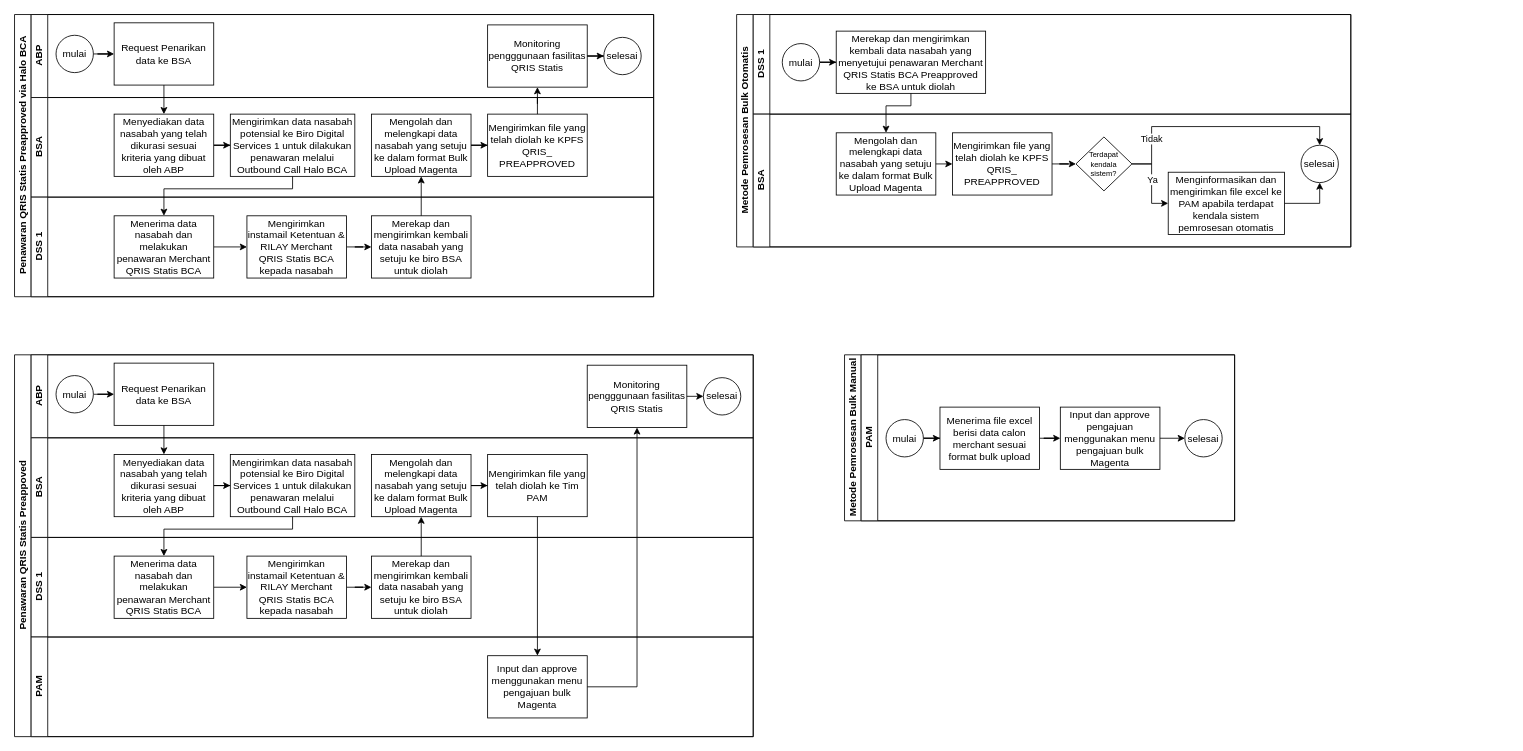
Above: memo pilot bulk.drawio in nicolenatsh/Nicole (draw.io), before the change. Source tidied: cells renumbered, new cells numbered last; positions are measured from the earlier drawing's top-left corner, leaving out a move shared by most shapes. Both pictures are drawn from the tidied source at 83%, with x=0, y=0 at pixel (14, 14).
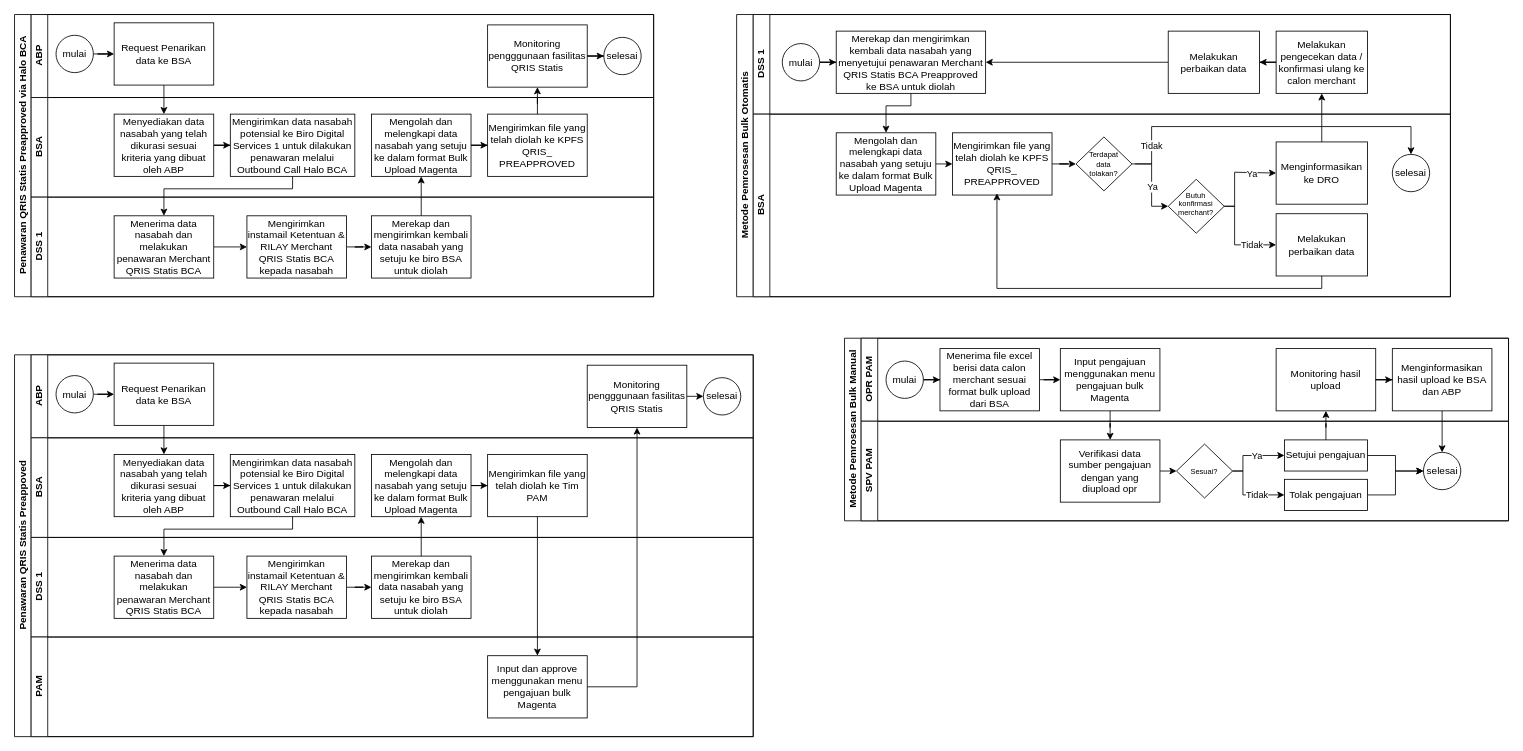
After the change.

Unchanged cells that the change refers to:
```xml
<mxCell id="59" value="Merekap dan mengirimkan kembali data nasabah yang menyetujui penawaran Merchant QRIS Statis BCA Preapproved ke BSA untuk diolah" style="rounded=0;whiteSpace=wrap;html=1;" parent="56" vertex="1">
  <mxGeometry x="100" y="20" width="180" height="75" as="geometry" />
</mxCell>
<mxCell id="64" value="Mengirimkan file yang telah diolah ke KPFS QRIS_ PREAPPROVED" style="rounded=0;whiteSpace=wrap;html=1;" parent="61" vertex="1">
  <mxGeometry x="240" y="22.5" width="120" height="75" as="geometry" />
</mxCell>
<mxCell id="71" style="rhombus;whiteSpace=wrap;html=1;" parent="61" vertex="1">
  <mxGeometry x="388.8" y="27.5" width="67.5" height="65" as="geometry" />
</mxCell>
```

The edit, as a diff of the source:
```diff
@@
     <mxCell id="55" value="Metode Pemrosesan Bulk Otomatis" style="swimlane;horizontal=0;startSize=20;html=1;" parent="1" vertex="1">
-      <mxGeometry x="870" width="740" height="280" as="geometry" />
+      <mxGeometry x="870" width="860" height="340" as="geometry" />
     </mxCell>
     <mxCell id="56" value="DSS 1" style="swimlane;startSize=20;horizontal=0;html=1;" parent="55" vertex="1">
-      <mxGeometry x="20" width="720" height="120" as="geometry" />
+      <mxGeometry x="20" width="840" height="120" as="geometry" />
     </mxCell>
@@
+    <mxCell id="86" style="edgeStyle=orthogonalEdgeStyle;rounded=0;jettySize=auto;html=1;entryX=1;entryY=0.5;entryDx=0;entryDy=0;" parent="56" edge="1" source="87" target="89">
+      <mxGeometry relative="1" as="geometry" />
+    </mxCell>
+    <mxCell id="87" value="Melakukan pengecekan data / konfirmasi ulang ke calon merchant" style="rounded=0;whiteSpace=wrap;html=1;" parent="56" vertex="1">
+      <mxGeometry x="630" y="20" width="110" height="75" as="geometry" />
+    </mxCell>
+    <mxCell id="88" style="edgeStyle=orthogonalEdgeStyle;rounded=0;jettySize=auto;html=1;entryX=1;entryY=0.5;entryDx=0;entryDy=0;" parent="56" edge="1" source="89" target="59">
+      <mxGeometry relative="1" as="geometry" />
+    </mxCell>
+    <mxCell id="89" value="Melakukan perbaikan data" style="rounded=0;whiteSpace=wrap;html=1;" parent="56" vertex="1">
+      <mxGeometry x="500" y="20" width="110" height="75" as="geometry" />
+    </mxCell>
@@
     <mxCell id="61" value="BSA" style="swimlane;startSize=20;horizontal=0;html=1;" parent="55" vertex="1">
-      <mxGeometry x="20" y="120" width="720" height="160" as="geometry" />
+      <mxGeometry x="20" y="120" width="840" height="220" as="geometry" />
     </mxCell>
@@
     <mxCell id="66" value="selesai" style="ellipse;whiteSpace=wrap;html=1;" parent="61" vertex="1">
-      <mxGeometry x="660" y="37.5" width="45" height="45" as="geometry" />
+      <mxGeometry x="770" y="48.5" width="45" height="45" as="geometry" />
     </mxCell>
-    <mxCell id="67" style="edgeStyle=orthogonalEdgeStyle;rounded=0;jettySize=auto;html=1;entryX=0;entryY=0.5;entryDx=0;entryDy=0;" parent="61" edge="1" source="71" target="74">
-      <mxGeometry relative="1" as="geometry">
-        <Array as="points">
-          <mxPoint x="480" y="60" />
-          <mxPoint x="480" y="108" />
-        </Array>
-      </mxGeometry>
-    </mxCell>
-    <mxCell id="68" value="Ya" style="edgeLabel;html=1;align=center;verticalAlign=middle;" parent="67" vertex="1">
-      <mxGeometry x="-0.47" y="-1" relative="1" as="geometry">
-        <mxPoint x="1" y="18" as="offset" />
-      </mxGeometry>
-    </mxCell>
     <mxCell id="69" style="edgeStyle=orthogonalEdgeStyle;rounded=0;jettySize=auto;html=1;entryX=0.5;entryY=0;entryDx=0;entryDy=0;" parent="61" edge="1" source="71" target="66">
       <mxGeometry relative="1" as="geometry">
         <Array as="points">
           <mxPoint x="480" y="60" />
           <mxPoint x="480" y="15" />
-          <mxPoint x="683" y="15" />
+          <mxPoint x="793" y="15" />
+          <mxPoint x="793" y="49" />
         </Array>
       </mxGeometry>
     </mxCell>
     <mxCell id="70" value="Tidak" style="edgeLabel;html=1;align=center;verticalAlign=middle;" parent="69" vertex="1">
       <mxGeometry x="-0.7" y="1" relative="1" as="geometry">
-        <mxPoint y="-10" as="offset" />
+        <mxPoint y="16" as="offset" />
       </mxGeometry>
     </mxCell>
@@
-    <mxCell id="73" style="edgeStyle=orthogonalEdgeStyle;rounded=0;jettySize=auto;html=1;entryX=0.5;entryY=1;entryDx=0;entryDy=0;" parent="61" edge="1" source="74" target="66">
-      <mxGeometry relative="1" as="geometry" />
-    </mxCell>
-    <mxCell id="74" value="Menginformasikan dan mengirimkan file excel ke PAM apabila terdapat kendala sistem pemrosesan otomatis" style="rounded=0;whiteSpace=wrap;html=1;" parent="61" vertex="1">
-      <mxGeometry x="500" y="70" width="140" height="75" as="geometry" />
-    </mxCell>
+    <mxCell id="90" style="edgeStyle=orthogonalEdgeStyle;rounded=0;jettySize=auto;html=1;entryX=0;entryY=0.5;entryDx=0;entryDy=0;" parent="61" edge="1" target="93">
+      <mxGeometry relative="1" as="geometry">
+        <mxPoint x="460" y="60" as="sourcePoint" />
+        <Array as="points">
+          <mxPoint x="480" y="60" />
+          <mxPoint x="480" y="111" />
+        </Array>
+      </mxGeometry>
+    </mxCell>
+    <mxCell id="91" value="Ya" style="edgeLabel;html=1;align=center;verticalAlign=middle;" parent="90" vertex="1">
+      <mxGeometry x="-0.16" relative="1" as="geometry">
+        <mxPoint y="9" as="offset" />
+      </mxGeometry>
+    </mxCell>
-    <mxCell id="75" value="&lt;font style=&quot;line-height: 40%; font-size: 9px;&quot;&gt;kendala&lt;/font&gt;" style="text;html=1;align=center;verticalAlign=middle;whiteSpace=wrap;rounded=0;strokeWidth=2;" parent="61" vertex="1">
+    <mxCell id="75" value="&lt;font style=&quot;line-height: 40%; font-size: 9px;&quot;&gt;data&lt;/font&gt;" style="text;html=1;align=center;verticalAlign=middle;whiteSpace=wrap;rounded=0;strokeWidth=2;" parent="61" vertex="1">
       <mxGeometry x="400" y="52.5" width="45" height="15" as="geometry" />
     </mxCell>
-    <mxCell id="76" value="&lt;font style=&quot;line-height: 40%; font-size: 9px;&quot;&gt;sistem?&lt;/font&gt;" style="text;html=1;align=center;verticalAlign=middle;whiteSpace=wrap;rounded=0;strokeWidth=2;" parent="61" vertex="1">
+    <mxCell id="76" value="&lt;font style=&quot;line-height: 40%; font-size: 9px;&quot;&gt;tolakan?&lt;/font&gt;" style="text;html=1;align=center;verticalAlign=middle;whiteSpace=wrap;rounded=0;strokeWidth=2;" parent="61" vertex="1">
       <mxGeometry x="400" y="63.5" width="45" height="15" as="geometry" />
     </mxCell>
+    <mxCell id="92" style="group;" parent="61" vertex="1">
+      <mxGeometry x="500" y="78.5" width="67.5" height="65" as="geometry" />
+    </mxCell>
+    <mxCell id="93" style="rhombus;whiteSpace=wrap;html=1;" parent="92" vertex="1">
+      <mxGeometry width="67.5" height="65" as="geometry" />
+    </mxCell>
+    <mxCell id="94" value="&lt;font style=&quot;line-height: 40%; font-size: 9px;&quot;&gt;Butuh&lt;/font&gt;" style="text;html=1;align=center;verticalAlign=middle;whiteSpace=wrap;rounded=0;strokeWidth=2;" parent="92" vertex="1">
+      <mxGeometry x="11.2" y="13.5" width="45" height="10" as="geometry" />
+    </mxCell>
+    <mxCell id="95" value="&lt;font style=&quot;line-height: 40%; font-size: 9px;&quot;&gt;konfirmasi&lt;/font&gt;" style="text;html=1;align=center;verticalAlign=middle;whiteSpace=wrap;rounded=0;strokeWidth=2;" parent="92" vertex="1">
+      <mxGeometry x="11.2" y="21" width="45" height="15" as="geometry" />
+    </mxCell>
+    <mxCell id="96" value="&lt;font style=&quot;line-height: 40%; font-size: 9px;&quot;&gt;merchant?&lt;/font&gt;" style="text;html=1;align=center;verticalAlign=middle;whiteSpace=wrap;rounded=0;strokeWidth=2;" parent="92" vertex="1">
+      <mxGeometry x="11.2" y="32" width="45" height="15" as="geometry" />
+    </mxCell>
+    <mxCell id="97" value="Menginformasikan ke DRO" style="rounded=0;whiteSpace=wrap;html=1;" parent="61" vertex="1">
+      <mxGeometry x="630" y="33.5" width="110" height="75" as="geometry" />
+    </mxCell>
+    <mxCell id="98" style="edgeStyle=orthogonalEdgeStyle;rounded=0;jettySize=auto;html=1;entryX=0;entryY=0.5;entryDx=0;entryDy=0;" parent="61" edge="1" source="93" target="97">
+      <mxGeometry relative="1" as="geometry">
+        <Array as="points">
+          <mxPoint x="580" y="111" />
+          <mxPoint x="580" y="70" />
+          <mxPoint x="630" y="70" />
+        </Array>
+      </mxGeometry>
+    </mxCell>
+    <mxCell id="99" value="Ya" style="edgeLabel;html=1;align=center;verticalAlign=middle;" parent="98" vertex="1">
+      <mxGeometry x="0.17" y="-1" relative="1" as="geometry">
+        <mxPoint x="13" as="offset" />
+      </mxGeometry>
+    </mxCell>
+    <mxCell id="100" value="Melakukan perbaikan data" style="rounded=0;whiteSpace=wrap;html=1;" parent="61" vertex="1">
+      <mxGeometry x="630" y="120" width="110" height="75" as="geometry" />
+    </mxCell>
+    <mxCell id="101" style="edgeStyle=orthogonalEdgeStyle;rounded=0;jettySize=auto;html=1;entryX=0;entryY=0.5;entryDx=0;entryDy=0;" parent="61" edge="1" source="93" target="100">
+      <mxGeometry relative="1" as="geometry">
+        <Array as="points">
+          <mxPoint x="580" y="111" />
+          <mxPoint x="580" y="157" />
+        </Array>
+      </mxGeometry>
+    </mxCell>
+    <mxCell id="102" value="Tidak" style="edgeLabel;html=1;align=center;verticalAlign=middle;" parent="101" vertex="1">
+      <mxGeometry x="0.33" relative="1" as="geometry">
+        <mxPoint x="7" as="offset" />
+      </mxGeometry>
+    </mxCell>
+    <mxCell id="103" style="edgeStyle=orthogonalEdgeStyle;rounded=0;jettySize=auto;html=1;entryX=0.447;entryY=0.971;entryDx=0;entryDy=0;entryPerimeter=0;exitX=0.5;exitY=1;exitDx=0;exitDy=0;" parent="61" edge="1" source="100" target="64">
+      <mxGeometry relative="1" as="geometry">
+        <Array as="points">
+          <mxPoint x="685" y="210" />
+          <mxPoint x="294" y="210" />
+        </Array>
+      </mxGeometry>
+    </mxCell>
+    <mxCell id="104" style="edgeStyle=orthogonalEdgeStyle;rounded=0;jettySize=auto;html=1;entryX=0.5;entryY=1;entryDx=0;entryDy=0;" parent="55" edge="1" source="97" target="87">
+      <mxGeometry relative="1" as="geometry" />
+    </mxCell>
     <mxCell id="77" value="Metode Pemrosesan Bulk Manual" style="swimlane;horizontal=0;startSize=20;html=1;" parent="1" vertex="1">
-      <mxGeometry x="1000" y="410" width="470" height="200" as="geometry" />
+      <mxGeometry x="1000" y="390" width="800" height="220" as="geometry" />
     </mxCell>
-    <mxCell id="78" value="PAM" style="swimlane;startSize=20;horizontal=0;html=1;" parent="77" vertex="1">
-      <mxGeometry x="20" width="450" height="200" as="geometry" />
+    <mxCell id="78" value="OPR PAM" style="swimlane;startSize=20;horizontal=0;html=1;" parent="77" vertex="1">
+      <mxGeometry x="20" width="780" height="100" as="geometry" />
     </mxCell>
-    <mxCell id="79" value="Input dan approve pengajuan menggunakan menu pengajuan bulk Magenta" style="rounded=0;whiteSpace=wrap;html=1;" parent="78" vertex="1">
-      <mxGeometry x="240" y="63" width="120" height="75" as="geometry" />
+    <mxCell id="79" value="Input pengajuan menggunakan menu pengajuan bulk Magenta" style="rounded=0;whiteSpace=wrap;html=1;" parent="78" vertex="1">
+      <mxGeometry x="240" y="12.5" width="120" height="75" as="geometry" />
     </mxCell>
-    <mxCell id="80" value="selesai" style="ellipse;whiteSpace=wrap;html=1;" parent="78" vertex="1">
-      <mxGeometry x="390" y="78" width="45" height="45" as="geometry" />
-    </mxCell>
-    <mxCell id="81" style="edgeStyle=orthogonalEdgeStyle;rounded=0;jettySize=auto;html=1;exitX=1;exitY=0.5;exitDx=0;exitDy=0;entryX=0;entryY=0.5;entryDx=0;entryDy=0;" parent="78" edge="1" source="79" target="80">
-      <mxGeometry relative="1" as="geometry" />
-    </mxCell>
@@
     <mxCell id="83" value="mulai" style="ellipse;whiteSpace=wrap;html=1;" parent="78" vertex="1">
-      <mxGeometry x="30" y="78" width="45" height="45" as="geometry" />
+      <mxGeometry x="30" y="27.5" width="45" height="45" as="geometry" />
     </mxCell>
@@
-    <mxCell id="85" value="Menerima file excel berisi data calon merchant sesuai format bulk upload" style="rounded=0;whiteSpace=wrap;html=1;" parent="78" vertex="1">
-      <mxGeometry x="95" y="63" width="120" height="75" as="geometry" />
+    <mxCell id="85" value="Menerima file excel berisi data calon merchant sesuai format bulk upload dari BSA" style="rounded=0;whiteSpace=wrap;html=1;" parent="78" vertex="1">
+      <mxGeometry x="95" y="12.5" width="120" height="75" as="geometry" />
     </mxCell>
+    <mxCell id="105" value="Menginformasikan hasil upload ke BSA dan ABP" style="rounded=0;whiteSpace=wrap;html=1;" parent="78" vertex="1">
+      <mxGeometry x="640" y="12.5" width="120" height="75" as="geometry" />
+    </mxCell>
+    <mxCell id="106" value="SPV PAM" style="swimlane;startSize=20;horizontal=0;html=1;" parent="77" vertex="1">
+      <mxGeometry x="20" y="100" width="780" height="120" as="geometry" />
+    </mxCell>
+    <mxCell id="107" value="Verifikasi data sumber pengajuan dengan yang diupload opr" style="rounded=0;whiteSpace=wrap;html=1;" parent="106" vertex="1">
+      <mxGeometry x="240" y="22.5" width="120" height="75" as="geometry" />
+    </mxCell>
+    <mxCell id="108" style="edgeStyle=orthogonalEdgeStyle;rounded=0;jettySize=auto;html=1;exitX=1;exitY=0.5;exitDx=0;exitDy=0;entryX=0;entryY=0.5;entryDx=0;entryDy=0;" parent="106" edge="1" source="107" target="111">
+      <mxGeometry relative="1" as="geometry" />
+    </mxCell>
+    <mxCell id="109" value="Monitoring hasil upload" style="rounded=0;whiteSpace=wrap;html=1;" parent="106" vertex="1">
+      <mxGeometry x="500" y="-87.5" width="120" height="75" as="geometry" />
+    </mxCell>
+    <mxCell id="110" style="group;" parent="106" vertex="1">
+      <mxGeometry x="380" y="27.5" width="67.5" height="65" as="geometry" />
+    </mxCell>
+    <mxCell id="111" style="rhombus;whiteSpace=wrap;html=1;" parent="110" vertex="1">
+      <mxGeometry width="67.5" height="65" as="geometry" />
+    </mxCell>
+    <mxCell id="112" value="&lt;font style=&quot;line-height: 40%; font-size: 9px;&quot;&gt;Sesuai?&lt;/font&gt;" style="text;html=1;align=center;verticalAlign=middle;whiteSpace=wrap;rounded=0;strokeWidth=2;" parent="110" vertex="1">
+      <mxGeometry x="11.2" y="25" width="45" height="15" as="geometry" />
+    </mxCell>
+    <mxCell id="113" style="edgeStyle=orthogonalEdgeStyle;rounded=0;jettySize=auto;html=1;" parent="106" edge="1" source="114" target="80">
+      <mxGeometry relative="1" as="geometry" />
+    </mxCell>
+    <mxCell id="114" value="Setujui pengajuan" style="rounded=0;whiteSpace=wrap;html=1;" parent="106" vertex="1">
+      <mxGeometry x="510" y="22.5" width="100" height="37.5" as="geometry" />
+    </mxCell>
+    <mxCell id="115" style="edgeStyle=orthogonalEdgeStyle;rounded=0;jettySize=auto;html=1;entryX=0;entryY=0.5;entryDx=0;entryDy=0;" parent="106" edge="1" source="116" target="80">
+      <mxGeometry relative="1" as="geometry" />
+    </mxCell>
+    <mxCell id="116" value="Tolak pengajuan" style="rounded=0;whiteSpace=wrap;html=1;" parent="106" vertex="1">
+      <mxGeometry x="510" y="70" width="100" height="37.5" as="geometry" />
+    </mxCell>
+    <mxCell id="117" style="edgeStyle=orthogonalEdgeStyle;rounded=0;jettySize=auto;html=1;entryX=0;entryY=0.5;entryDx=0;entryDy=0;" parent="106" edge="1" source="111" target="114">
+      <mxGeometry relative="1" as="geometry">
+        <Array as="points">
+          <mxPoint x="460" y="60" />
+          <mxPoint x="460" y="41" />
+        </Array>
+      </mxGeometry>
+    </mxCell>
+    <mxCell id="118" value="Ya" style="edgeLabel;html=1;align=center;verticalAlign=middle;" parent="117" vertex="1">
+      <mxGeometry x="0.19" relative="1" as="geometry" />
+    </mxCell>
+    <mxCell id="119" style="edgeStyle=orthogonalEdgeStyle;rounded=0;jettySize=auto;html=1;entryX=0;entryY=0.5;entryDx=0;entryDy=0;" parent="106" edge="1" source="111" target="116">
+      <mxGeometry relative="1" as="geometry">
+        <Array as="points">
+          <mxPoint x="460" y="60" />
+          <mxPoint x="460" y="89" />
+        </Array>
+      </mxGeometry>
+    </mxCell>
+    <mxCell id="120" value="Tidak" style="edgeLabel;html=1;align=center;verticalAlign=middle;" parent="119" vertex="1">
+      <mxGeometry x="0.27" relative="1" as="geometry" />
+    </mxCell>
+    <mxCell id="80" value="selesai" style="ellipse;whiteSpace=wrap;html=1;" parent="106" vertex="1">
+      <mxGeometry x="677.5" y="37.5" width="45" height="45" as="geometry" />
+    </mxCell>
+    <mxCell id="121" style="edgeStyle=orthogonalEdgeStyle;rounded=0;jettySize=auto;html=1;" parent="106" edge="1" source="114" target="109">
+      <mxGeometry relative="1" as="geometry" />
+    </mxCell>
+    <mxCell id="122" style="edgeStyle=orthogonalEdgeStyle;rounded=0;jettySize=auto;html=1;" parent="77" edge="1" source="79" target="107">
+      <mxGeometry relative="1" as="geometry" />
+    </mxCell>
+    <mxCell id="123" style="edgeStyle=orthogonalEdgeStyle;rounded=0;jettySize=auto;html=1;entryX=0;entryY=0.5;entryDx=0;entryDy=0;" parent="77" edge="1" source="109" target="105">
+      <mxGeometry relative="1" as="geometry" />
+    </mxCell>
+    <mxCell id="124" style="edgeStyle=orthogonalEdgeStyle;rounded=0;jettySize=auto;html=1;entryX=0.5;entryY=0;entryDx=0;entryDy=0;" parent="77" edge="1" source="105" target="80">
+      <mxGeometry relative="1" as="geometry" />
+    </mxCell>
```
